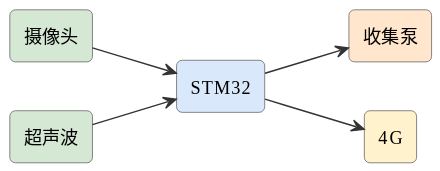
Before: assets/diagrams/ideas-fig99.svg, a diagram exported from PlantUML (mingyi0818/IntelligentMcuCourse).
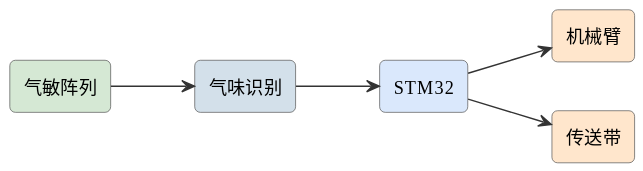
The same file after the commit.

What changed in the source:
```diff
@@ -6,13 +6,13 @@
 skinparam arrowFontSize 11
 skinparam arrowColor #333
 left to right direction
-rectangle "摄像头" as cam #d5e8d4
+rectangle "气敏阵列" as nose #d5e8d4
 rectangle "STM32" as stm #dae8fc
-rectangle "收集泵" as pump #ffe6cc
-rectangle "超声波" as ult #d5e8d4
-rectangle "4G" as g #fff2cc
-cam --> stm
-stm --> pump
-ult --> stm
-stm --> g
+rectangle "机械臂" as arm #ffe6cc
+rectangle "传送带" as conv #ffe6cc
+rectangle "气味识别" as ai #d3e0ea
+nose --> ai
+ai --> stm
+stm --> arm
+stm --> conv
 @enduml
```
